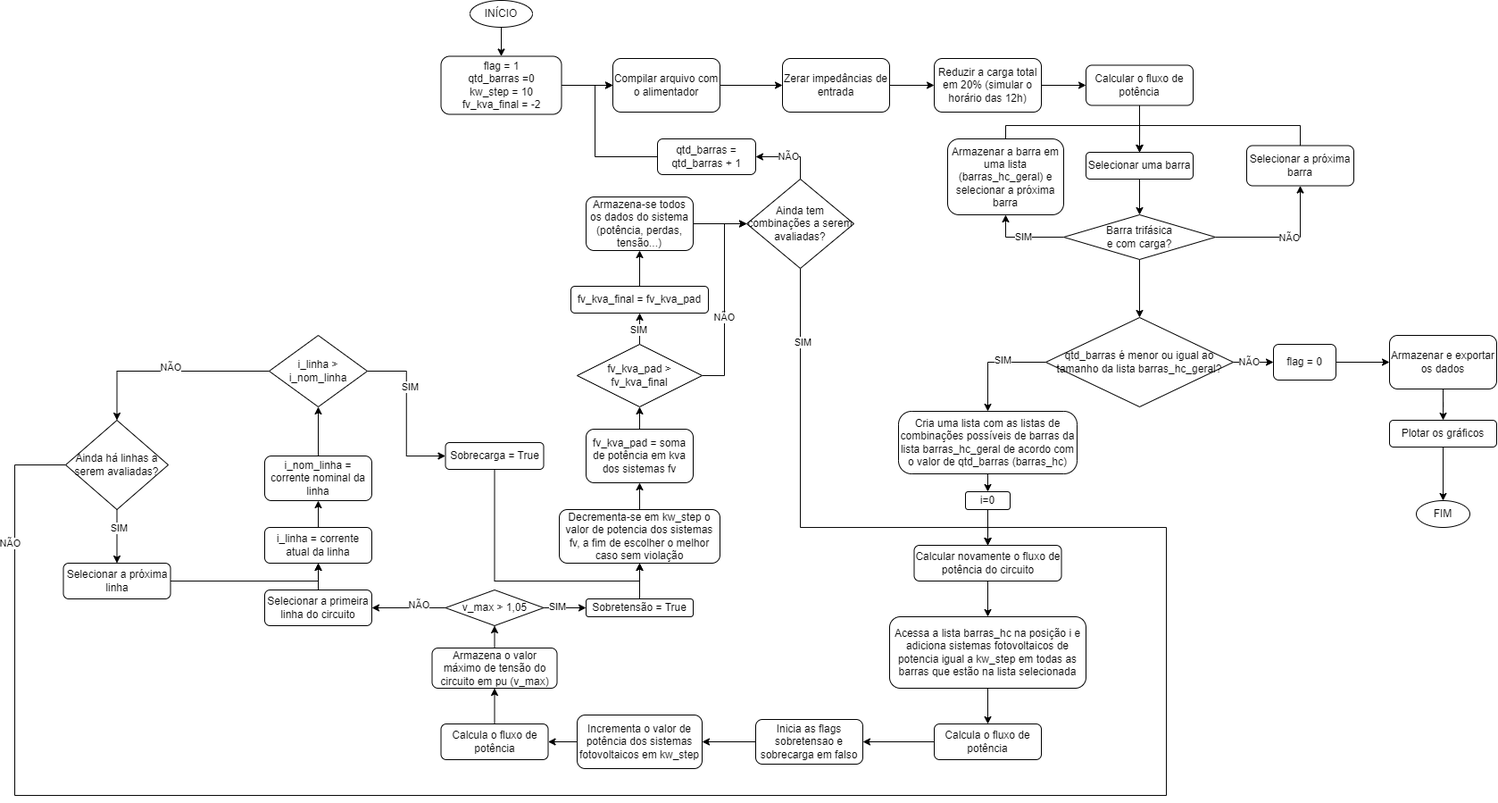
This is metodologia hc.drawio.png from leojms/hosting-capacity, a draw.io export, as it was before one commit. Source tidied: cells renumbered, new cells last; positions are measured from the earlier drawing's top-left corner, leaving out a move shared by most shapes.
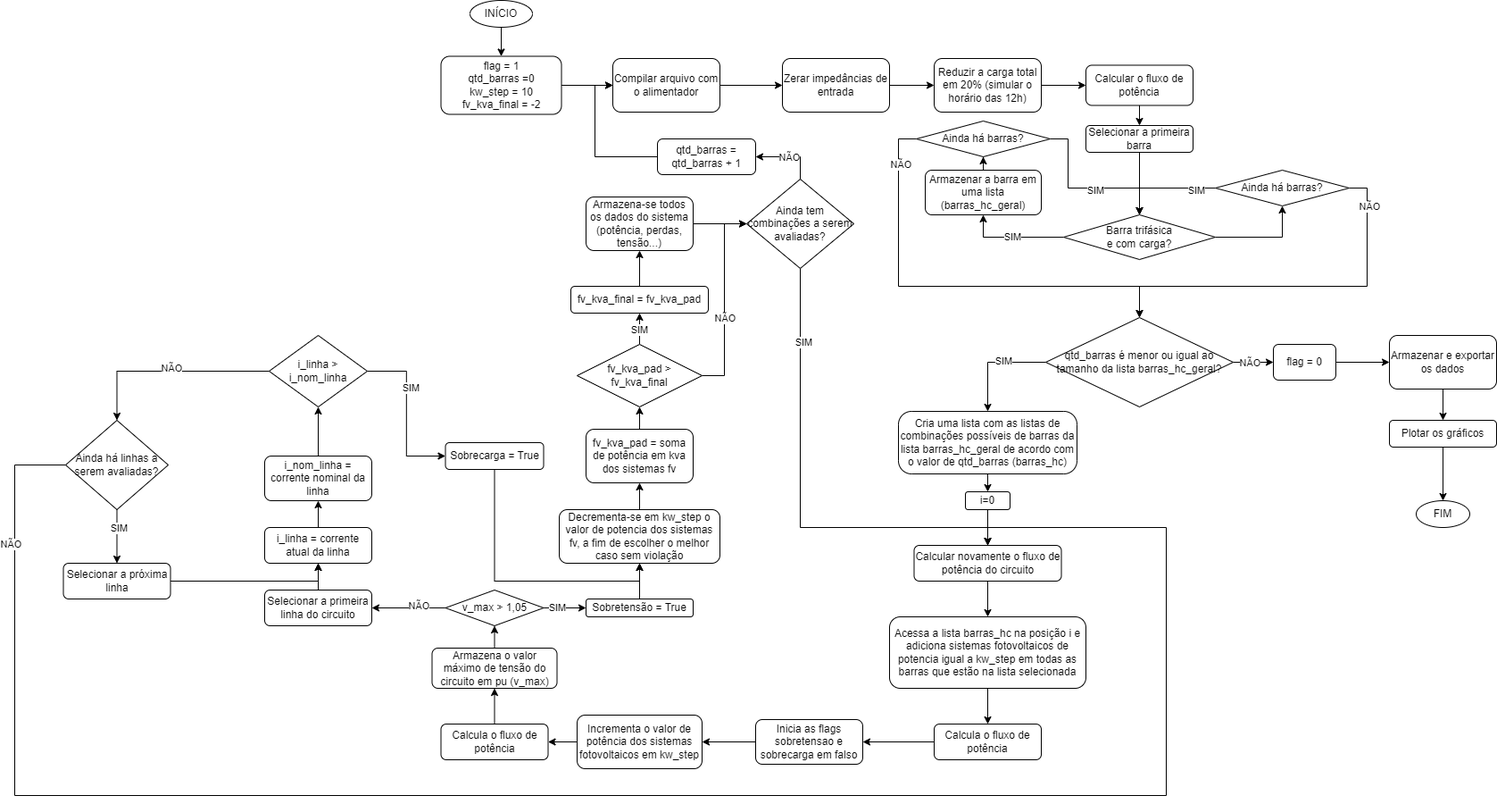
Above is the later version.

What changed in the source:
```diff
@@ -41,45 +41,23 @@
     <mxCell id="14" style="edgeStyle=orthogonalEdgeStyle;rounded=0;jettySize=auto;html=1;exitX=0.5;exitY=1;exitDx=0;exitDy=0;entryX=0.5;entryY=0;entryDx=0;entryDy=0;" parent="1" edge="1" source="15" target="20">
       <mxGeometry relative="1" as="geometry" />
     </mxCell>
-    <mxCell id="15" value="Selecionar uma barra" style="rounded=1;whiteSpace=wrap;html=1;" parent="1" vertex="1">
-      <mxGeometry x="1200" y="170" width="120" height="30" as="geometry" />
+    <mxCell id="15" value="Selecionar a primeira barra" style="rounded=1;whiteSpace=wrap;html=1;" parent="1" vertex="1">
+      <mxGeometry x="1200" y="140" width="120" height="30" as="geometry" />
     </mxCell>
-    <mxCell id="16" style="edgeStyle=orthogonalEdgeStyle;rounded=0;jettySize=auto;html=1;exitX=1;exitY=0.5;exitDx=0;exitDy=0;entryX=0.5;entryY=1;entryDx=0;entryDy=0;" parent="1" edge="1" source="20" target="22">
-      <mxGeometry relative="1" as="geometry" />
-    </mxCell>
-    <mxCell id="17" value="NÃO" style="edgeLabel;html=1;align=center;verticalAlign=middle;" parent="16" vertex="1">
-      <mxGeometry x="0.08" y="-1" relative="1" as="geometry" />
-    </mxCell>
     <mxCell id="18" value="SIM" style="edgeStyle=orthogonalEdgeStyle;rounded=0;jettySize=auto;html=1;exitX=0;exitY=0.5;exitDx=0;exitDy=0;entryX=0.5;entryY=1;entryDx=0;entryDy=0;" parent="1" edge="1" source="20" target="24">
       <mxGeometry relative="1" as="geometry" />
     </mxCell>
-    <mxCell id="19" style="edgeStyle=orthogonalEdgeStyle;rounded=0;jettySize=auto;html=1;exitX=0.5;exitY=1;exitDx=0;exitDy=0;entryX=0.5;entryY=0;entryDx=0;entryDy=0;" parent="1" edge="1" source="20" target="31">
-      <mxGeometry relative="1" as="geometry" />
-    </mxCell>
+    <mxCell id="102" style="edgeStyle=orthogonalEdgeStyle;rounded=0;jettySize=auto;html=1;exitX=1;exitY=0.5;exitDx=0;exitDy=0;" parent="1" edge="1" source="20" target="113">
+      <mxGeometry relative="1" as="geometry" />
+    </mxCell>
     <mxCell id="20" value="Barra trifásica &lt;br&gt;e com carga?" style="rhombus;whiteSpace=wrap;html=1;" parent="1" vertex="1">
       <mxGeometry x="1175" y="240" width="170" height="50" as="geometry" />
     </mxCell>
-    <mxCell id="21" style="edgeStyle=orthogonalEdgeStyle;rounded=0;jettySize=auto;html=1;exitX=0.5;exitY=0;exitDx=0;exitDy=0;entryX=0.5;entryY=0;entryDx=0;entryDy=0;" parent="1" edge="1" source="22" target="15">
-      <mxGeometry relative="1" as="geometry">
-        <Array as="points">
-          <mxPoint x="1440" y="140" />
-          <mxPoint x="1260" y="140" />
-        </Array>
-      </mxGeometry>
-    </mxCell>
-    <mxCell id="22" value="Selecionar a próxima barra" style="rounded=1;whiteSpace=wrap;html=1;" parent="1" vertex="1">
-      <mxGeometry x="1380" y="162.5" width="120" height="45" as="geometry" />
-    </mxCell>
-    <mxCell id="23" style="edgeStyle=orthogonalEdgeStyle;rounded=0;jettySize=auto;html=1;exitX=0.5;exitY=0;exitDx=0;exitDy=0;entryX=0.5;entryY=0;entryDx=0;entryDy=0;" parent="1" edge="1" source="24" target="15">
-      <mxGeometry relative="1" as="geometry">
-        <Array as="points">
-          <mxPoint x="1110" y="140" />
-          <mxPoint x="1260" y="140" />
-        </Array>
-      </mxGeometry>
-    </mxCell>
+    <mxCell id="103" style="edgeStyle=orthogonalEdgeStyle;rounded=0;jettySize=auto;html=1;exitX=0.5;exitY=0;exitDx=0;exitDy=0;" parent="1" edge="1" source="24" target="108">
+      <mxGeometry relative="1" as="geometry" />
+    </mxCell>
-    <mxCell id="24" value="Armazenar a barra em uma lista (barras_hc_geral) e selecionar a próxima barra" style="rounded=1;whiteSpace=wrap;html=1;" parent="1" vertex="1">
-      <mxGeometry x="1045" y="155" width="130" height="85" as="geometry" />
+    <mxCell id="24" value="Armazenar a barra em uma lista (barras_hc_geral)" style="rounded=1;whiteSpace=wrap;html=1;" parent="1" vertex="1">
+      <mxGeometry x="1020" y="190" width="130" height="50" as="geometry" />
     </mxCell>
     <mxCell id="25" style="edgeStyle=orthogonalEdgeStyle;rounded=0;jettySize=auto;html=1;exitX=0.5;exitY=1;exitDx=0;exitDy=0;entryX=0.5;entryY=0;entryDx=0;entryDy=0;" parent="1" edge="1" source="26" target="37">
       <mxGeometry relative="1" as="geometry" />
@@ -330,5 +308,55 @@
     <mxCell id="101" value="FIM" style="ellipse;whiteSpace=wrap;html=1;" parent="1" vertex="1">
       <mxGeometry x="1570" y="560" width="60" height="30" as="geometry" />
     </mxCell>
+    <mxCell id="104" style="edgeStyle=orthogonalEdgeStyle;rounded=0;jettySize=auto;html=1;exitX=1;exitY=0.5;exitDx=0;exitDy=0;entryX=0.5;entryY=0;entryDx=0;entryDy=0;" parent="1" edge="1" source="108" target="20">
+      <mxGeometry relative="1" as="geometry">
+        <Array as="points">
+          <mxPoint x="1180" y="155" />
+          <mxPoint x="1180" y="210" />
+          <mxPoint x="1260" y="210" />
+        </Array>
+      </mxGeometry>
+    </mxCell>
+    <mxCell id="105" value="SIM" style="edgeLabel;html=1;align=center;verticalAlign=middle;" parent="104" vertex="1">
+      <mxGeometry x="0.14" y="-2" relative="1" as="geometry" />
+    </mxCell>
+    <mxCell id="106" style="edgeStyle=orthogonalEdgeStyle;rounded=0;jettySize=auto;html=1;exitX=0;exitY=0.5;exitDx=0;exitDy=0;entryX=0.5;entryY=0;entryDx=0;entryDy=0;" parent="1" edge="1" source="108" target="31">
+      <mxGeometry relative="1" as="geometry">
+        <Array as="points">
+          <mxPoint x="990" y="155" />
+          <mxPoint x="990" y="320" />
+          <mxPoint x="1260" y="320" />
+        </Array>
+      </mxGeometry>
+    </mxCell>
+    <mxCell id="107" value="NÃO" style="edgeLabel;html=1;align=center;verticalAlign=middle;" parent="106" vertex="1">
+      <mxGeometry x="-0.8" y="2" relative="1" as="geometry" />
+    </mxCell>
+    <mxCell id="108" value="Ainda há barras?" style="rhombus;whiteSpace=wrap;html=1;" parent="1" vertex="1">
+      <mxGeometry x="1010" y="135" width="150" height="40" as="geometry" />
+    </mxCell>
+    <mxCell id="109" style="edgeStyle=orthogonalEdgeStyle;rounded=0;jettySize=auto;html=1;exitX=0;exitY=0.5;exitDx=0;exitDy=0;" parent="1" edge="1" source="113">
+      <mxGeometry relative="1" as="geometry">
+        <mxPoint x="1260" y="240" as="targetPoint" />
+      </mxGeometry>
+    </mxCell>
+    <mxCell id="110" value="SIM" style="edgeLabel;html=1;align=center;verticalAlign=middle;" parent="109" vertex="1">
+      <mxGeometry x="-0.62" y="2" relative="1" as="geometry" />
+    </mxCell>
+    <mxCell id="111" style="edgeStyle=orthogonalEdgeStyle;rounded=0;jettySize=auto;html=1;exitX=1;exitY=0.5;exitDx=0;exitDy=0;entryX=0.5;entryY=0;entryDx=0;entryDy=0;" parent="1" edge="1" source="113" target="31">
+      <mxGeometry relative="1" as="geometry">
+        <Array as="points">
+          <mxPoint x="1515" y="210" />
+          <mxPoint x="1515" y="320" />
+          <mxPoint x="1260" y="320" />
+        </Array>
+      </mxGeometry>
+    </mxCell>
+    <mxCell id="112" value="NÃO" style="edgeLabel;html=1;align=center;verticalAlign=middle;" parent="111" vertex="1">
+      <mxGeometry x="-0.81" y="2" relative="1" as="geometry" />
+    </mxCell>
+    <mxCell id="113" value="Ainda há barras?" style="rhombus;whiteSpace=wrap;html=1;" parent="1" vertex="1">
+      <mxGeometry x="1345" y="190" width="150" height="40" as="geometry" />
+    </mxCell>
   </root>
 </mxGraphModel>
```
